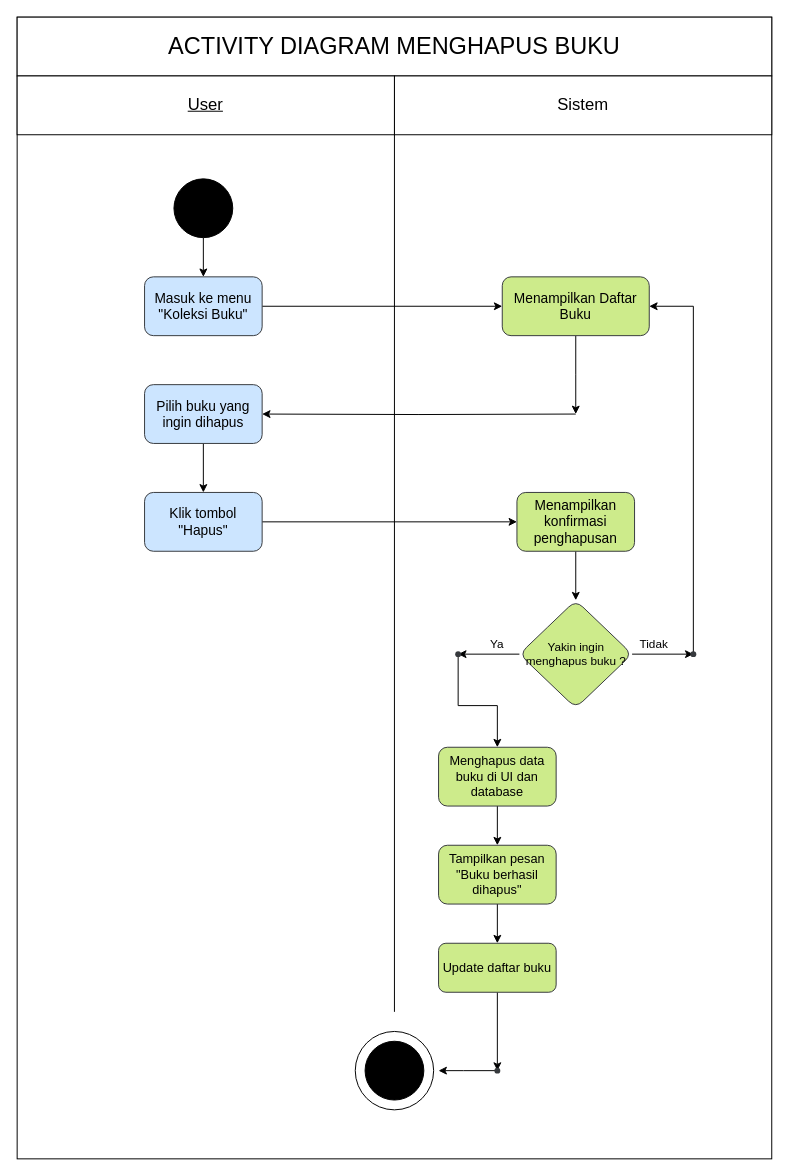
The draw.io diagram UML/ACTIVITY DIAGRAM/MENGHAPUS_BUKU_Diagram.drawio in dandyramadhan/kel4_RPL_R7P, before the edit. Source tidied: cells renumbered, new cells numbered last; positions are measured from the earlier drawing's top-left corner, leaving out a move shared by most shapes. Both pictures are drawn from the tidied source at 98%, with x=0, y=0 at pixel (17, 17).
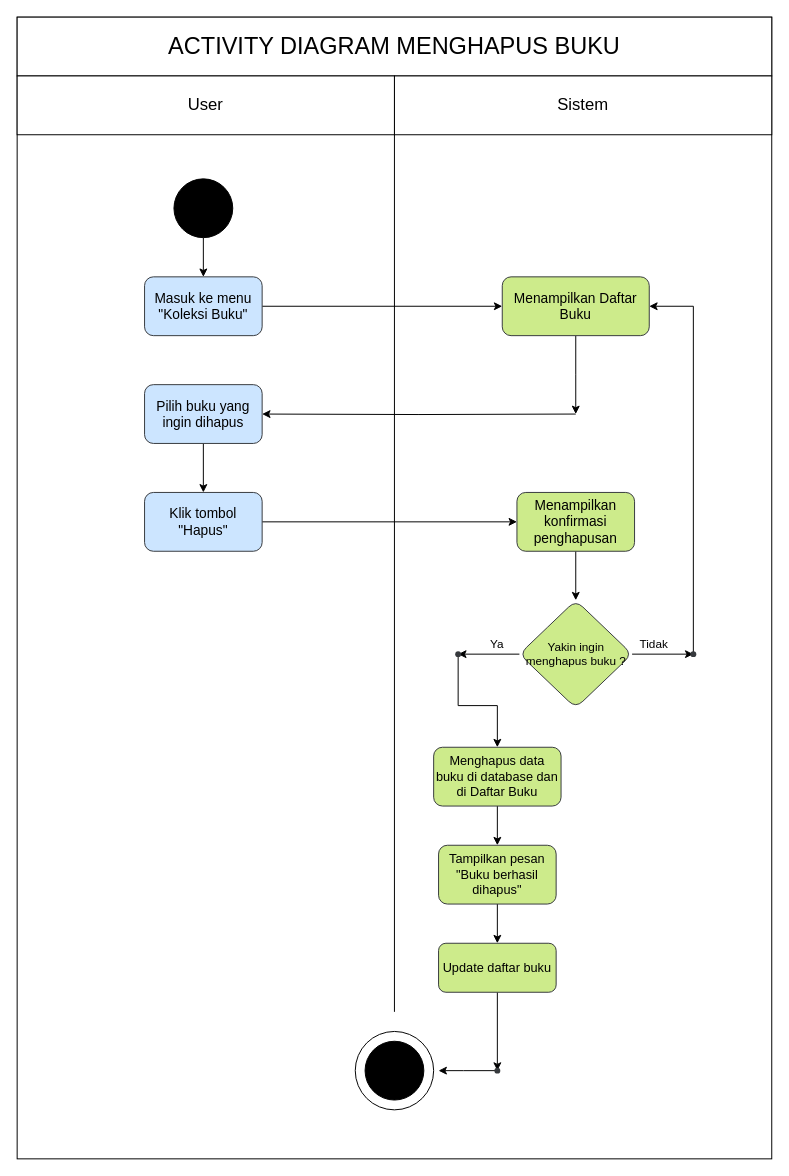
The same page after the edit.

Commit message (it also covers changes not shown here):
Sequence Diagram progress, update Activity Diagram

Change to the diagram source:
```diff
@@
-    <mxCell id="4" value="&lt;u&gt;&lt;font style=&quot;font-size: 17px;&quot;&gt;User&lt;/font&gt;&lt;/u&gt;" style="rounded=0;whiteSpace=wrap;html=1;" parent="1" vertex="1">
+    <mxCell id="4" value="&lt;font style=&quot;font-size: 17px;&quot;&gt;User&lt;/font&gt;" style="rounded=0;whiteSpace=wrap;html=1;" parent="1" vertex="1">
       <mxGeometry y="60" width="385" height="60" as="geometry" />
     </mxCell>
@@
-    <mxCell id="30" value="&lt;font style=&quot;font-size: 13px;&quot;&gt;Menghapus data buku di UI dan database&lt;/font&gt;" style="whiteSpace=wrap;html=1;fillColor=#cdeb8b;strokeColor=#36393d;sketch=0;rounded=1;roundedPerimeter=1;" parent="1" vertex="1">
-      <mxGeometry x="430" y="745" width="120" height="60" as="geometry" />
+    <mxCell id="30" value="&lt;font style=&quot;font-size: 13px;&quot;&gt;Menghapus data buku di database dan di Daftar Buku&lt;/font&gt;" style="whiteSpace=wrap;html=1;fillColor=#cdeb8b;strokeColor=#36393d;sketch=0;rounded=1;roundedPerimeter=1;" parent="1" vertex="1">
+      <mxGeometry x="425" y="745" width="130" height="60" as="geometry" />
     </mxCell>
```
